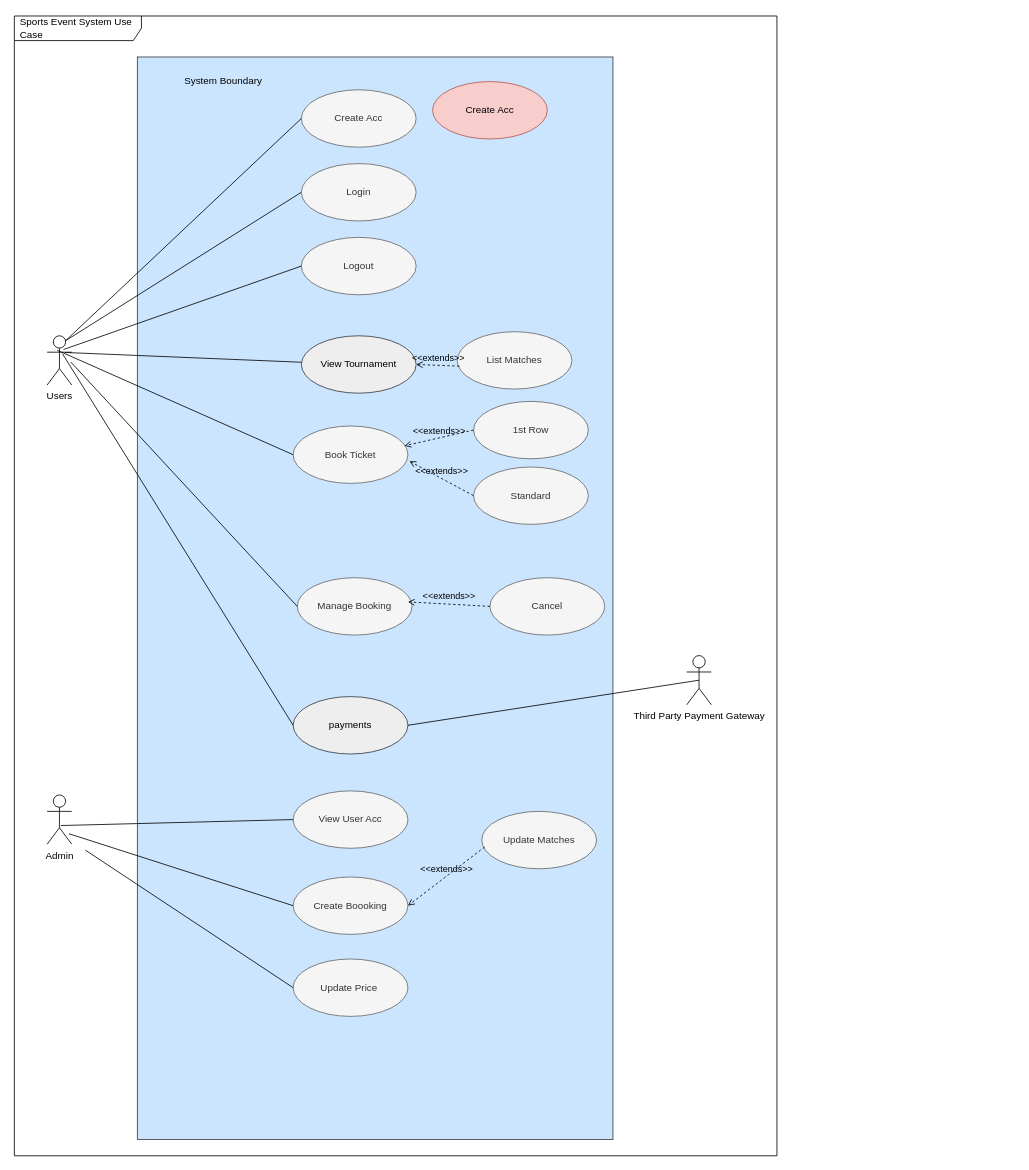
mlvl974/SportsEventSystem keeps this draw.io diagram as SES_Class.drawio. Above is the earlier version. Source tidied: cells renumbered, new cells numbered last; positions are measured from the earlier drawing's top-left corner, leaving out a move shared by most shapes. Both pictures are drawn from the tidied source at 82%, with x=0, y=0 at pixel (14, 16).
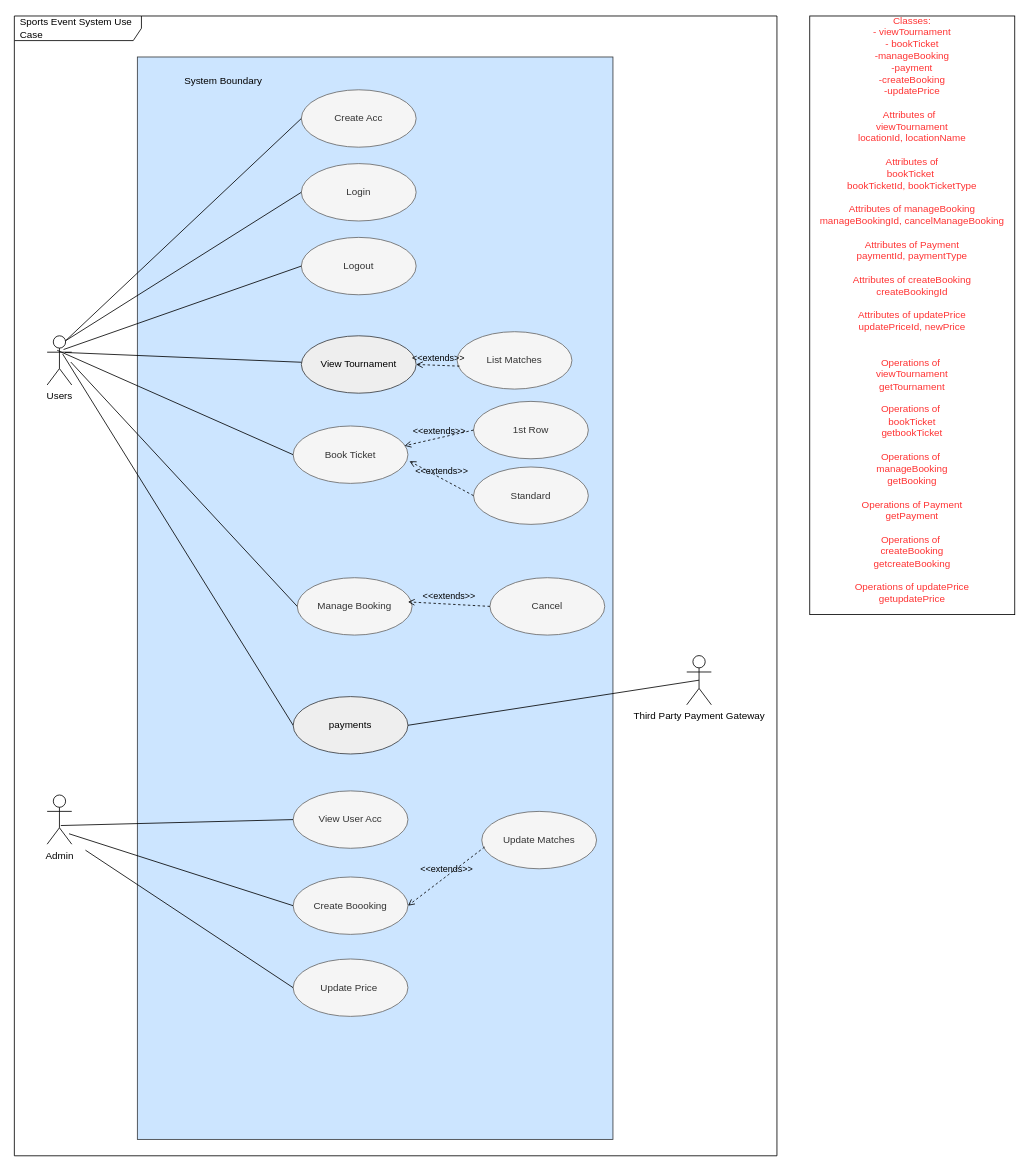
The same diagram, later.

What changed in the source:
```diff
@@
-    <mxCell id="39" value="Create Acc&lt;br&gt;" style="ellipse;whiteSpace=wrap;html=1;fillColor=#f8cecc;strokeColor=#b85450;" parent="1" vertex="1">
-      <mxGeometry x="510" y="80" width="140" height="70" as="geometry" />
-    </mxCell>
+    <mxCell id="40" value="&lt;div&gt;Classes:&lt;/div&gt;&lt;div&gt;-&lt;span&gt;&#9;&lt;/span&gt;viewTournament&lt;/div&gt;&lt;div&gt;-&lt;span&gt;&#9;&lt;/span&gt;bookTicket&lt;/div&gt;&lt;div&gt;-manageBooking&lt;/div&gt;&lt;div&gt;-payment&lt;/div&gt;&lt;div&gt;-createBooking&lt;/div&gt;&lt;div&gt;-updatePrice&lt;/div&gt;&lt;div&gt;&lt;br&gt;&lt;/div&gt;&lt;div&gt;Attributes of&amp;nbsp;&amp;nbsp;&lt;/div&gt;viewTournament&lt;div&gt;&lt;span&gt;locationId, locationName&lt;/span&gt;&lt;/div&gt;&lt;div&gt;&lt;br&gt;&lt;/div&gt;&lt;div&gt;Attributes of&lt;/div&gt;bookTicket&amp;nbsp;&lt;br&gt;bookTicket&lt;span&gt;Id,&amp;nbsp;&lt;/span&gt;bookTicketType&lt;br&gt;&lt;div&gt;&lt;br&gt;&lt;/div&gt;&lt;div&gt;&lt;div&gt;Attributes of&amp;nbsp;&lt;span&gt;manageBooking&lt;/span&gt;&lt;/div&gt;&lt;div&gt;&lt;span&gt;manageBookingId&lt;/span&gt;, cancelM&lt;span&gt;anageBooking&lt;/span&gt;&lt;/div&gt;&lt;/div&gt;&lt;div&gt;&lt;br&gt;&lt;/div&gt;&lt;div&gt;Attributes of Payment&lt;/div&gt;paymentId,&amp;nbsp;&lt;span&gt;paymentType&lt;/span&gt;&lt;br&gt;&lt;div&gt;&lt;br&gt;&lt;/div&gt;&lt;div&gt;&lt;div&gt;&lt;div&gt;Attributes of create&lt;span&gt;Booking&lt;/span&gt;&lt;/div&gt;&lt;div&gt;&lt;span&gt;createBooking&lt;/span&gt;&lt;span&gt;Id&lt;/span&gt;&lt;/div&gt;&lt;/div&gt;&lt;div&gt;&lt;br&gt;&lt;/div&gt;&lt;div&gt;Attributes of&amp;nbsp;&lt;span&gt;updatePrice&lt;/span&gt;&lt;/div&gt;updatePriceId, newPrice&lt;br&gt;&lt;/div&gt;&lt;div&gt;&lt;br&gt;&lt;/div&gt;&lt;div&gt;&lt;br&gt;&lt;/div&gt;&lt;div&gt;Operations of&amp;nbsp;&lt;/div&gt;viewTournament&lt;br&gt;&lt;span&gt;get&lt;/span&gt;Tournament&lt;br&gt;&lt;div&gt;&lt;br&gt;&lt;/div&gt;&lt;div&gt;Operations of&amp;nbsp;&lt;/div&gt;bookTicket&lt;div&gt;getbookTicket&lt;/div&gt;&lt;div&gt;&lt;br&gt;&lt;/div&gt;&lt;div&gt;&lt;div&gt;Operations of&amp;nbsp;&lt;/div&gt;manageBooking&lt;br&gt;getBooking&lt;/div&gt;&lt;div&gt;&lt;br&gt;&lt;/div&gt;&lt;div&gt;Operations of Payment&lt;/div&gt;&lt;div&gt;getPayment&lt;/div&gt;&lt;div&gt;&lt;br&gt;&lt;/div&gt;&lt;div&gt;&lt;div&gt;&lt;div&gt;Operations of&amp;nbsp;&lt;/div&gt;createBooking&lt;br&gt;getcreateBooking&lt;/div&gt;&lt;div&gt;&lt;br&gt;&lt;/div&gt;&lt;div&gt;Operations of&amp;nbsp;&lt;span&gt;updatePrice&lt;/span&gt;&lt;/div&gt;&lt;div&gt;get&lt;span&gt;updatePrice&lt;/span&gt;&lt;/div&gt;&lt;/div&gt;&lt;div&gt;&lt;br&gt;&lt;/div&gt;" style="rounded=0;whiteSpace=wrap;html=1;fontColor=#FF3333;" parent="1" vertex="1">
+      <mxGeometry x="970" width="250" height="730" as="geometry" />
+    </mxCell>
```
